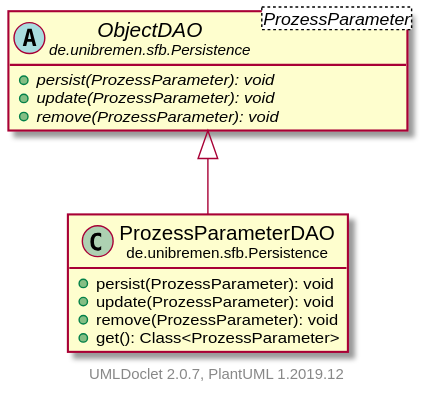
Earlier version of the PlantUML export doc/UML/modulsichtSVG/ProzessParameterDAO.svg (fkehlenb/softwareprojekt-2).
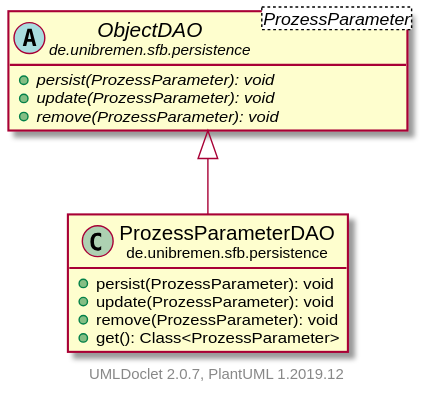
After the change.

Diff of the diagram source:
```diff
@@ -3,20 +3,20 @@
     hide empty fields
     hide empty methods
 
-    class "<size:14>ProzessParameterDAO\n<size:10>de.unibremen.sfb.Persistence" as de.unibremen.sfb.Persistence.ProzessParameterDAO [[ProzessParameterDAO.html]] {
+    class "<size:14>ProzessParameterDAO\n<size:10>de.unibremen.sfb.persistence" as de.unibremen.sfb.persistence.ProzessParameterDAO [[ProzessParameterDAO.html]] {
         +persist(ProzessParameter): void
         +update(ProzessParameter): void
         +remove(ProzessParameter): void
         +get(): Class<ProzessParameter>
     }
 
-    abstract class "<size:14>ObjectDAO\n<size:10>de.unibremen.sfb.Persistence" as de.unibremen.sfb.Persistence.ObjectDAO<ProzessParameter> [[ObjectDAO.html]] {
+    abstract class "<size:14>ObjectDAO\n<size:10>de.unibremen.sfb.persistence" as de.unibremen.sfb.persistence.ObjectDAO<ProzessParameter> [[ObjectDAO.html]] {
         {abstract} +persist(ProzessParameter): void
         {abstract} +update(ProzessParameter): void
         {abstract} +remove(ProzessParameter): void
     }
 
-    de.unibremen.sfb.Persistence.ObjectDAO <|-- de.unibremen.sfb.Persistence.ProzessParameterDAO
+    de.unibremen.sfb.persistence.ObjectDAO <|-- de.unibremen.sfb.persistence.ProzessParameterDAO
 
     center footer UMLDoclet 2.0.7, PlantUML 1.2019.12
 @enduml
```
